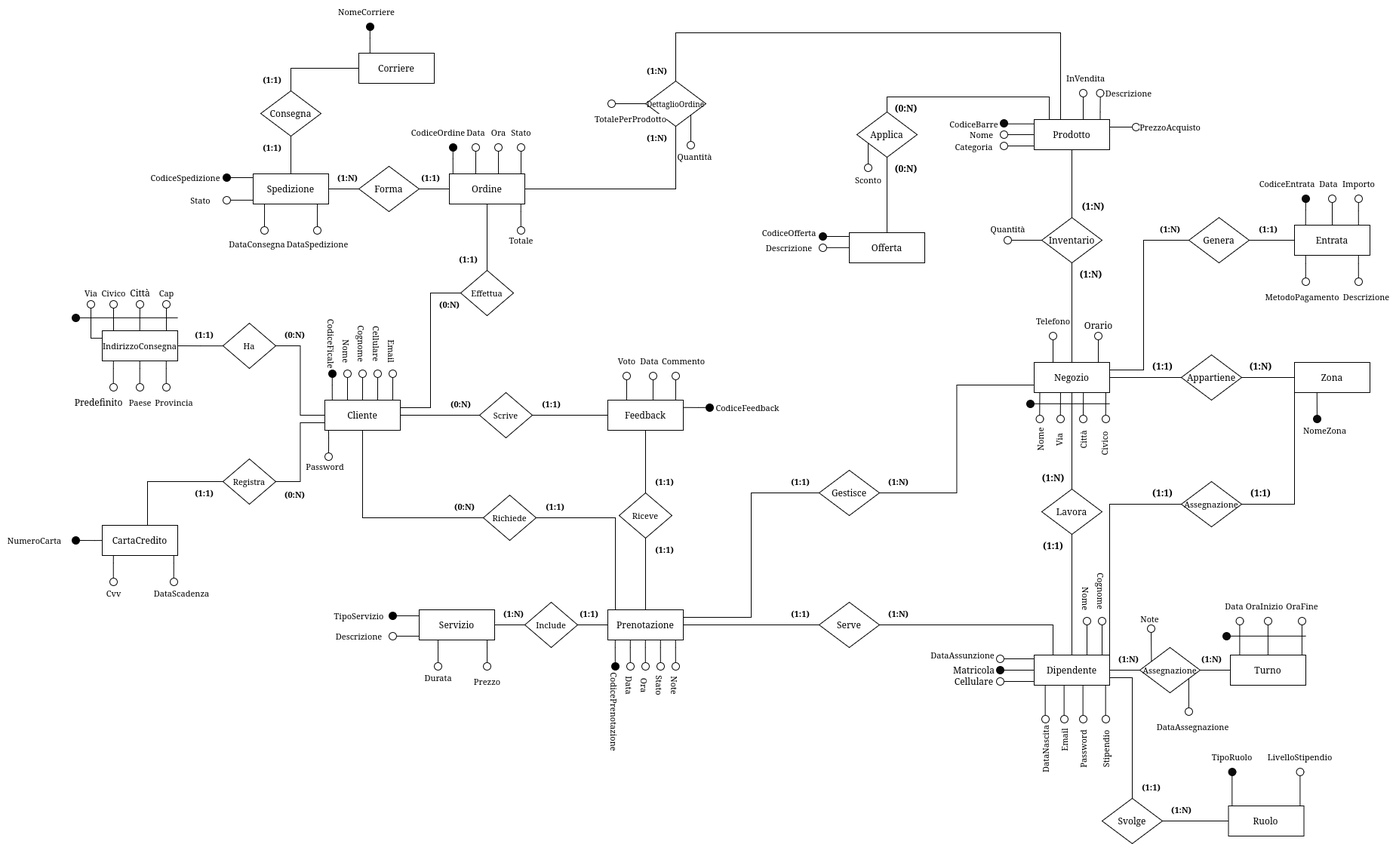
Above: fase_due/images/er_finale.png in IonutZbir/ProgettoDatabase (draw.io), before the change. Source tidied: cells renumbered, new cells last; positions are measured from the earlier drawing's top-left corner, leaving out a move shared by most shapes.
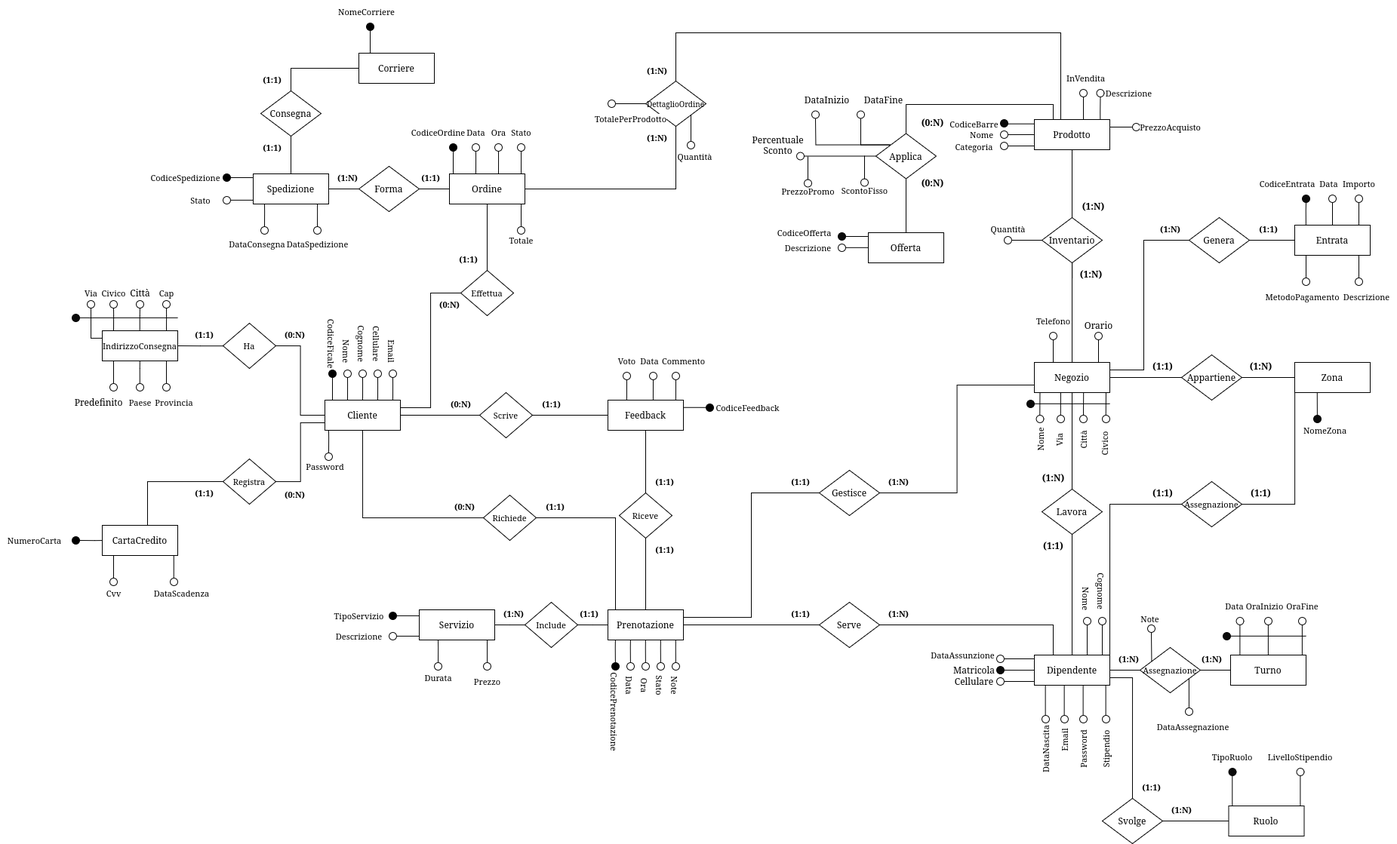
After the commit.

Change to the diagram source:
```diff
@@ -27,21 +27,15 @@
     </mxCell>
     <mxCell id="8" style="edgeStyle=none;shape=connector;rounded=0;orthogonalLoop=1;jettySize=auto;html=1;exitX=0;exitY=0.25;exitDx=0;exitDy=0;strokeColor=default;align=center;verticalAlign=middle;fontFamily=Helvetica;fontSize=11;fontColor=default;labelBackgroundColor=default;endArrow=none;" parent="1" edge="1">
       <mxGeometry relative="1" as="geometry">
-        <mxPoint x="1125" y="313" as="sourcePoint" />
-        <mxPoint x="1095" y="313" as="targetPoint" />
+        <mxPoint x="1150" y="313" as="sourcePoint" />
+        <mxPoint x="1120" y="313" as="targetPoint" />
         <Array as="points">
-          <mxPoint x="1115" y="313" />
+          <mxPoint x="1140" y="313" />
         </Array>
       </mxGeometry>
     </mxCell>
-    <mxCell id="9" style="edgeStyle=none;shape=connector;rounded=0;orthogonalLoop=1;jettySize=auto;html=1;exitX=0.75;exitY=1;exitDx=0;exitDy=0;strokeColor=default;align=center;verticalAlign=middle;fontFamily=Helvetica;fontSize=11;fontColor=default;labelBackgroundColor=default;endArrow=none;" parent="1" edge="1">
-      <mxGeometry relative="1" as="geometry">
-        <mxPoint x="1150" y="189" as="sourcePoint" />
-        <mxPoint x="1150" y="217" as="targetPoint" />
-      </mxGeometry>
-    </mxCell>
     <mxCell id="10" value="Offerta" style="whiteSpace=wrap;html=1;align=center;" parent="1" vertex="1">
-      <mxGeometry x="1125" y="308" width="100" height="40" as="geometry" />
+      <mxGeometry x="1150" y="308" width="100" height="40" as="geometry" />
     </mxCell>
     <mxCell id="11" style="edgeStyle=orthogonalEdgeStyle;shape=connector;rounded=0;orthogonalLoop=1;jettySize=auto;html=1;strokeColor=default;align=center;verticalAlign=middle;fontFamily=Helvetica;fontSize=11;fontColor=default;labelBackgroundColor=default;endArrow=none;endFill=0;" parent="1" edge="1">
       <mxGeometry relative="1" as="geometry">
@@ -69,20 +63,6 @@
     <mxCell id="15" value="(1:N)" style="text;html=1;align=center;verticalAlign=middle;strokeColor=none;fillColor=none;fontStyle=1;" parent="1" vertex="1">
       <mxGeometry x="1422.5" y="258" width="50" height="30" as="geometry" />
     </mxCell>
-    <mxCell id="16" value="Applica" style="shape=rhombus;perimeter=rhombusPerimeter;whiteSpace=wrap;html=1;align=center;" parent="1" vertex="1">
-      <mxGeometry x="1135" y="148" width="80" height="60" as="geometry" />
-    </mxCell>
-    <mxCell id="17" style="endArrow=none;html=1;rounded=0;exitX=0.5;exitY=0;exitDx=0;exitDy=0;" parent="1" edge="1" source="10">
-      <mxGeometry relative="1" as="geometry">
-        <mxPoint x="1175" y="208" as="targetPoint" />
-      </mxGeometry>
-    </mxCell>
-    <mxCell id="18" value="(0:N)" style="text;html=1;align=center;verticalAlign=middle;strokeColor=none;fillColor=none;fontStyle=1;" parent="1" vertex="1">
-      <mxGeometry x="1175" y="208" width="50" height="30" as="geometry" />
-    </mxCell>
-    <mxCell id="19" value="(0:N)" style="text;html=1;align=center;verticalAlign=middle;strokeColor=none;fillColor=none;fontStyle=1;" parent="1" vertex="1">
-      <mxGeometry x="1175" y="128" width="50" height="30" as="geometry" />
-    </mxCell>
     <mxCell id="20" value="(1:N)" style="text;html=1;align=center;verticalAlign=middle;strokeColor=none;fillColor=none;fontStyle=1;" parent="1" vertex="1">
       <mxGeometry x="1420" y="348" width="50" height="30" as="geometry" />
     </mxCell>
@@ -102,29 +82,23 @@
       <mxGeometry x="1433" y="573" width="60" height="30" as="geometry" />
     </mxCell>
     <mxCell id="26" style="ellipse;whiteSpace=wrap;html=1;fontFamily=Helvetica;fontSize=11;fontColor=default;labelBackgroundColor=default;fillColor=#0A0A0A;" parent="1" vertex="1">
-      <mxGeometry x="1085" y="308" width="10" height="10" as="geometry" />
+      <mxGeometry x="1110" y="308" width="10" height="10" as="geometry" />
     </mxCell>
     <mxCell id="27" value="CodiceOfferta" style="text;html=1;align=center;verticalAlign=middle;strokeColor=none;fillColor=none;fontFamily=Helvetica;fontSize=11;fontColor=default;labelBackgroundColor=default;" parent="1" vertex="1">
-      <mxGeometry x="995" y="293" width="100" height="30" as="geometry" />
+      <mxGeometry x="1015" y="293" width="100" height="30" as="geometry" />
     </mxCell>
-    <mxCell id="28" value="Sconto" style="text;html=1;align=center;verticalAlign=middle;strokeColor=none;fillColor=none;fontFamily=Helvetica;fontSize=11;fontColor=default;labelBackgroundColor=default;" parent="1" vertex="1">
-      <mxGeometry x="1120" y="223" width="60" height="30" as="geometry" />
-    </mxCell>
     <mxCell id="29" style="edgeStyle=none;shape=connector;rounded=0;orthogonalLoop=1;jettySize=auto;html=1;exitX=0;exitY=0.75;exitDx=0;exitDy=0;strokeColor=default;align=center;verticalAlign=middle;fontFamily=Helvetica;fontSize=11;fontColor=default;labelBackgroundColor=default;endArrow=none;" parent="1" edge="1">
       <mxGeometry relative="1" as="geometry">
-        <mxPoint x="1125" y="327.8" as="sourcePoint" />
-        <mxPoint x="1095" y="327.8" as="targetPoint" />
+        <mxPoint x="1150" y="327.8" as="sourcePoint" />
+        <mxPoint x="1120" y="327.8" as="targetPoint" />
       </mxGeometry>
     </mxCell>
     <mxCell id="30" style="ellipse;whiteSpace=wrap;html=1;fontFamily=Helvetica;fontSize=11;fontColor=default;labelBackgroundColor=default;fillColor=none;" parent="1" vertex="1">
-      <mxGeometry x="1085" y="323" width="10" height="10" as="geometry" />
+      <mxGeometry x="1110" y="323" width="10" height="10" as="geometry" />
     </mxCell>
     <mxCell id="31" value="Descrizione" style="text;html=1;align=center;verticalAlign=middle;strokeColor=none;fillColor=none;fontFamily=Helvetica;fontSize=11;fontColor=default;labelBackgroundColor=default;" parent="1" vertex="1">
-      <mxGeometry x="1005" y="313" width="80" height="30" as="geometry" />
+      <mxGeometry x="1030" y="313" width="80" height="30" as="geometry" />
     </mxCell>
-    <mxCell id="32" style="ellipse;whiteSpace=wrap;html=1;fontFamily=Helvetica;fontSize=11;fontColor=default;labelBackgroundColor=default;fillColor=none;" parent="1" vertex="1">
-      <mxGeometry x="1145" y="217" width="10" height="10" as="geometry" />
-    </mxCell>
     <mxCell id="33" style="ellipse;whiteSpace=wrap;html=1;fontFamily=Helvetica;fontSize=11;fontColor=default;labelBackgroundColor=default;fillColor=none;" parent="1" vertex="1">
       <mxGeometry x="1500" y="163" width="10" height="10" as="geometry" />
     </mxCell>
@@ -193,16 +167,6 @@
     <mxCell id="53" style="edgeStyle=orthogonalEdgeStyle;shape=connector;rounded=0;jettySize=auto;html=1;strokeColor=default;align=center;verticalAlign=middle;fontFamily=Helvetica;fontSize=11;fontColor=default;labelBackgroundColor=default;endArrow=none;endFill=0;entryX=1;entryY=0.5;entryDx=0;entryDy=0;" parent="1" edge="1" source="85" target="50">
       <mxGeometry relative="1" as="geometry" />
     </mxCell>
-    <mxCell id="54" style="edgeStyle=orthogonalEdgeStyle;shape=connector;rounded=0;orthogonalLoop=1;jettySize=auto;html=1;strokeColor=default;align=center;verticalAlign=middle;fontFamily=Helvetica;fontSize=11;fontColor=default;labelBackgroundColor=default;endArrow=none;endFill=0;" parent="1" edge="1">
-      <mxGeometry relative="1" as="geometry">
-        <mxPoint x="1390" y="158" as="sourcePoint" />
-        <mxPoint x="1175" y="148" as="targetPoint" />
-        <Array as="points">
-          <mxPoint x="1390" y="128" />
-          <mxPoint x="1175" y="128" />
-        </Array>
-      </mxGeometry>
-    </mxCell>
     <mxCell id="55" style="edgeStyle=orthogonalEdgeStyle;shape=connector;rounded=0;jettySize=auto;html=1;entryX=0.5;entryY=0;entryDx=0;entryDy=0;strokeColor=default;align=center;verticalAlign=middle;fontFamily=Helvetica;fontSize=11;fontColor=default;labelBackgroundColor=default;endArrow=none;endFill=0;" parent="1" edge="1" source="56" target="129">
       <mxGeometry relative="1" as="geometry">
         <Array as="points">
@@ -211,6 +175,9 @@
         </Array>
       </mxGeometry>
     </mxCell>
+    <mxCell id="364" style="edgeStyle=orthogonalEdgeStyle;rounded=0;jettySize=auto;html=1;exitX=0.25;exitY=0;exitDx=0;exitDy=0;entryX=0.5;entryY=0;entryDx=0;entryDy=0;endArrow=none;startFill=0;" parent="1" edge="1" source="56" target="16">
+      <mxGeometry relative="1" as="geometry" />
+    </mxCell>
     <mxCell id="56" value="&lt;div&gt;Prodotto&lt;/div&gt;" style="whiteSpace=wrap;html=1;align=center;" parent="1" vertex="1">
       <mxGeometry x="1370" y="158" width="100" height="40" as="geometry" />
     </mxCell>
@@ -1510,5 +1477,73 @@
     <mxCell id="363" style="ellipse;whiteSpace=wrap;html=1;fontFamily=Helvetica;fontSize=11;fontColor=default;labelBackgroundColor=default;fillColor=#0A0A0A;" parent="1" vertex="1">
       <mxGeometry x="95" y="416" width="10" height="10" as="geometry" />
     </mxCell>
+    <mxCell id="365" style="edgeStyle=none;shape=connector;rounded=0;jettySize=auto;html=1;exitX=0.75;exitY=1;exitDx=0;exitDy=0;strokeColor=default;align=center;verticalAlign=middle;fontFamily=Helvetica;fontSize=11;fontColor=default;labelBackgroundColor=default;endArrow=none;curved=1;entryX=0.5;entryY=0;entryDx=0;entryDy=0;" parent="1" edge="1" target="373">
+      <mxGeometry relative="1" as="geometry">
+        <mxPoint x="1145" y="206.5" as="sourcePoint" />
+      </mxGeometry>
+    </mxCell>
+    <mxCell id="366" style="edgeStyle=orthogonalEdgeStyle;rounded=0;jettySize=auto;html=1;exitX=0;exitY=0.5;exitDx=0;exitDy=0;endArrow=none;startFill=0;entryX=1;entryY=0.5;entryDx=0;entryDy=0;" parent="1" edge="1" source="16" target="374">
+      <mxGeometry relative="1" as="geometry" />
+    </mxCell>
+    <mxCell id="367" style="edgeStyle=orthogonalEdgeStyle;rounded=0;jettySize=auto;html=1;exitX=0;exitY=0;exitDx=0;exitDy=0;endArrow=none;startFill=0;" parent="1" edge="1" source="16">
+      <mxGeometry relative="1" as="geometry">
+        <mxPoint x="1140" y="156.5" as="targetPoint" />
+      </mxGeometry>
+    </mxCell>
+    <mxCell id="368" style="edgeStyle=orthogonalEdgeStyle;rounded=0;jettySize=auto;html=1;exitX=0;exitY=0;exitDx=0;exitDy=0;endArrow=none;startFill=0;" parent="1" edge="1" source="16">
+      <mxGeometry relative="1" as="geometry">
+        <mxPoint x="1080" y="156.5" as="targetPoint" />
+      </mxGeometry>
+    </mxCell>
+    <mxCell id="369" style="edgeStyle=orthogonalEdgeStyle;rounded=0;jettySize=auto;html=1;exitX=0.5;exitY=1;exitDx=0;exitDy=0;entryX=0.5;entryY=0;entryDx=0;entryDy=0;endArrow=none;startFill=0;" parent="1" edge="1" source="16" target="10">
+      <mxGeometry relative="1" as="geometry" />
+    </mxCell>
+    <mxCell id="16" value="Applica" style="shape=rhombus;perimeter=rhombusPerimeter;whiteSpace=wrap;html=1;align=center;" parent="1" vertex="1">
+      <mxGeometry x="1160" y="176.5" width="80" height="60" as="geometry" />
+    </mxCell>
+    <mxCell id="370" value="(0:N)" style="text;html=1;align=center;verticalAlign=middle;strokeColor=none;fillColor=none;fontStyle=1;" parent="1" vertex="1">
+      <mxGeometry x="1210" y="226.5" width="50" height="30" as="geometry" />
+    </mxCell>
+    <mxCell id="371" value="(0:N)" style="text;html=1;align=center;verticalAlign=middle;strokeColor=none;fillColor=none;fontStyle=1;" parent="1" vertex="1">
+      <mxGeometry x="1210" y="146.5" width="50" height="30" as="geometry" />
+    </mxCell>
+    <mxCell id="372" value="ScontoFisso" style="text;html=1;align=center;verticalAlign=middle;strokeColor=none;fillColor=none;fontFamily=Helvetica;fontSize=11;fontColor=default;labelBackgroundColor=default;" parent="1" vertex="1">
+      <mxGeometry x="1105" y="236.5" width="80" height="30" as="geometry" />
+    </mxCell>
+    <mxCell id="373" style="ellipse;whiteSpace=wrap;html=1;fontFamily=Helvetica;fontSize=11;fontColor=default;labelBackgroundColor=default;fillColor=none;" parent="1" vertex="1">
+      <mxGeometry x="1140" y="236.5" width="10" height="10" as="geometry" />
+    </mxCell>
+    <mxCell id="374" style="ellipse;whiteSpace=wrap;html=1;fontFamily=Helvetica;fontSize=11;fontColor=default;labelBackgroundColor=default;fillColor=none;" parent="1" vertex="1">
+      <mxGeometry x="1055" y="201.5" width="10" height="10" as="geometry" />
+    </mxCell>
+    <mxCell id="375" value="DataInizio" style="text;html=1;align=center;verticalAlign=middle;strokeColor=none;fillColor=none;" parent="1" vertex="1">
+      <mxGeometry x="1055" y="116.5" width="80" height="30" as="geometry" />
+    </mxCell>
+    <mxCell id="376" value="DataFine" style="text;html=1;align=center;verticalAlign=middle;strokeColor=none;fillColor=none;" parent="1" vertex="1">
+      <mxGeometry x="1130" y="116.5" width="80" height="30" as="geometry" />
+    </mxCell>
+    <mxCell id="377" style="ellipse;whiteSpace=wrap;html=1;fontFamily=Helvetica;fontSize=11;fontColor=default;labelBackgroundColor=default;fillColor=none;" parent="1" vertex="1">
+      <mxGeometry x="1135" y="146.5" width="10" height="10" as="geometry" />
+    </mxCell>
+    <mxCell id="378" style="ellipse;whiteSpace=wrap;html=1;fontFamily=Helvetica;fontSize=11;fontColor=default;labelBackgroundColor=default;fillColor=none;" parent="1" vertex="1">
+      <mxGeometry x="1075" y="146.5" width="10" height="10" as="geometry" />
+    </mxCell>
+    <mxCell id="379" value="Percentuale&lt;br&gt;Sconto" style="text;html=1;align=center;verticalAlign=middle;strokeColor=none;fillColor=none;" parent="1" vertex="1">
+      <mxGeometry x="985" y="172" width="90" height="40" as="geometry" />
+    </mxCell>
+    <mxCell id="380" style="edgeStyle=none;shape=connector;rounded=0;jettySize=auto;html=1;exitX=0.75;exitY=1;exitDx=0;exitDy=0;strokeColor=default;align=center;verticalAlign=middle;fontFamily=Helvetica;fontSize=11;fontColor=default;labelBackgroundColor=default;endArrow=none;curved=1;entryX=0.5;entryY=0;entryDx=0;entryDy=0;" parent="1" edge="1" target="382">
+      <mxGeometry relative="1" as="geometry">
+        <mxPoint x="1070" y="207.5" as="sourcePoint" />
+      </mxGeometry>
+    </mxCell>
+    <mxCell id="381" value="PrezzoPromo" style="text;html=1;align=center;verticalAlign=middle;strokeColor=none;fillColor=none;fontFamily=Helvetica;fontSize=11;fontColor=default;labelBackgroundColor=default;" parent="1" vertex="1">
+      <mxGeometry x="1025" y="237.5" width="90" height="30" as="geometry" />
+    </mxCell>
+    <mxCell id="382" style="ellipse;whiteSpace=wrap;html=1;fontFamily=Helvetica;fontSize=11;fontColor=default;labelBackgroundColor=default;fillColor=none;" parent="1" vertex="1">
+      <mxGeometry x="1065" y="237.5" width="10" height="10" as="geometry" />
+    </mxCell>
+    <mxCell id="383" value="&amp;nbsp;" style="text;whiteSpace=wrap;html=1;" parent="1" vertex="1">
+      <mxGeometry x="1285" y="628" width="40" height="40" as="geometry" />
+    </mxCell>
   </root>
 </mxGraphModel>
```
